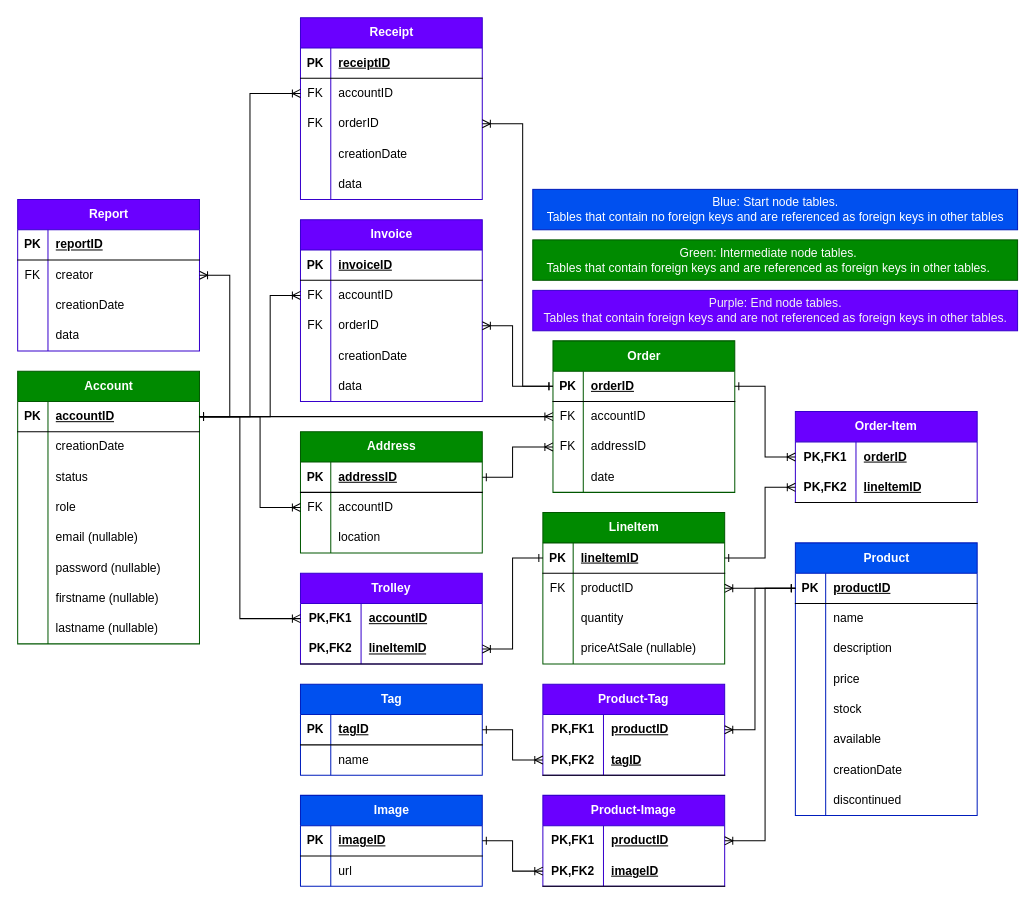
DylanGlenister/Software_Assign03 keeps this draw.io diagram as ER_Diagram.drawio. Above is the earlier version. Source tidied: cells renumbered, new cells numbered last; positions are measured from the earlier drawing's top-left corner, leaving out a move shared by most shapes. Both pictures are drawn from the tidied source at 101%, with x=0, y=0 at pixel (17, 17).
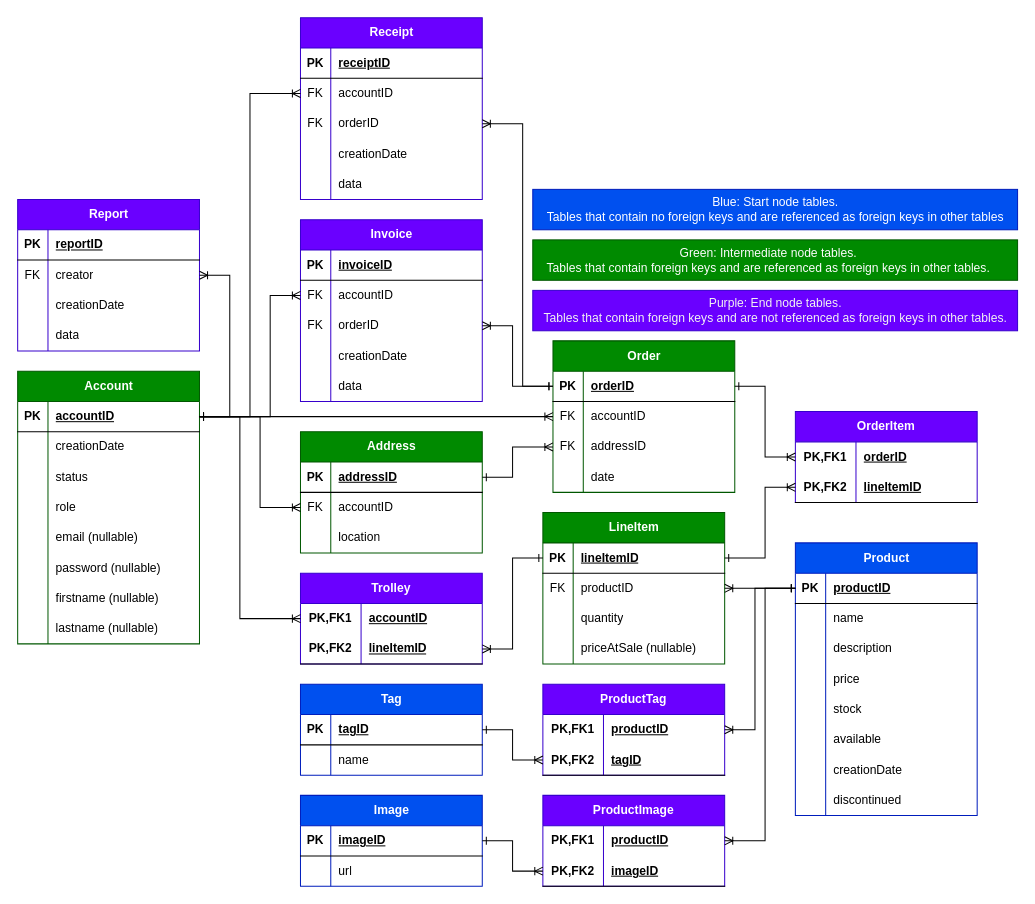
After the change.

Diff of the diagram source:
```diff
@@
-    <mxCell id="131" value="Order-Item" style="shape=table;startSize=30;childLayout=tableLayout;rowLines=0;fontStyle=1;align=center;html=1;whiteSpace=wrap;fillColor=#6a00ff;fontColor=#ffffff;strokeColor=#3700CC;" parent="1" vertex="1">
+    <mxCell id="131" value="OrderItem" style="shape=table;startSize=30;childLayout=tableLayout;rowLines=0;fontStyle=1;align=center;html=1;whiteSpace=wrap;fillColor=#6a00ff;fontColor=#ffffff;strokeColor=#3700CC;" parent="1" vertex="1">
       <mxGeometry x="770" y="390" width="180" height="90" as="geometry" />
     </mxCell>
@@
-    <mxCell id="160" value="Product-Tag" style="shape=table;startSize=30;childLayout=tableLayout;rowLines=0;fontStyle=1;align=center;html=1;whiteSpace=wrap;fillColor=#6a00ff;fontColor=#ffffff;strokeColor=#3700CC;" parent="1" vertex="1">
+    <mxCell id="160" value="ProductTag" style="shape=table;startSize=30;childLayout=tableLayout;rowLines=0;fontStyle=1;align=center;html=1;whiteSpace=wrap;fillColor=#6a00ff;fontColor=#ffffff;strokeColor=#3700CC;" parent="1" vertex="1">
       <mxGeometry x="520" y="660" width="180" height="90" as="geometry" />
     </mxCell>
@@
-    <mxCell id="169" value="Product-Image" style="shape=table;startSize=30;childLayout=tableLayout;rowLines=0;fontStyle=1;align=center;html=1;whiteSpace=wrap;fillColor=#6a00ff;fontColor=#ffffff;strokeColor=#3700CC;" parent="1" vertex="1">
+    <mxCell id="169" value="ProductImage" style="shape=table;startSize=30;childLayout=tableLayout;rowLines=0;fontStyle=1;align=center;html=1;whiteSpace=wrap;fillColor=#6a00ff;fontColor=#ffffff;strokeColor=#3700CC;" parent="1" vertex="1">
       <mxGeometry x="520" y="770" width="180" height="90" as="geometry" />
     </mxCell>
```
